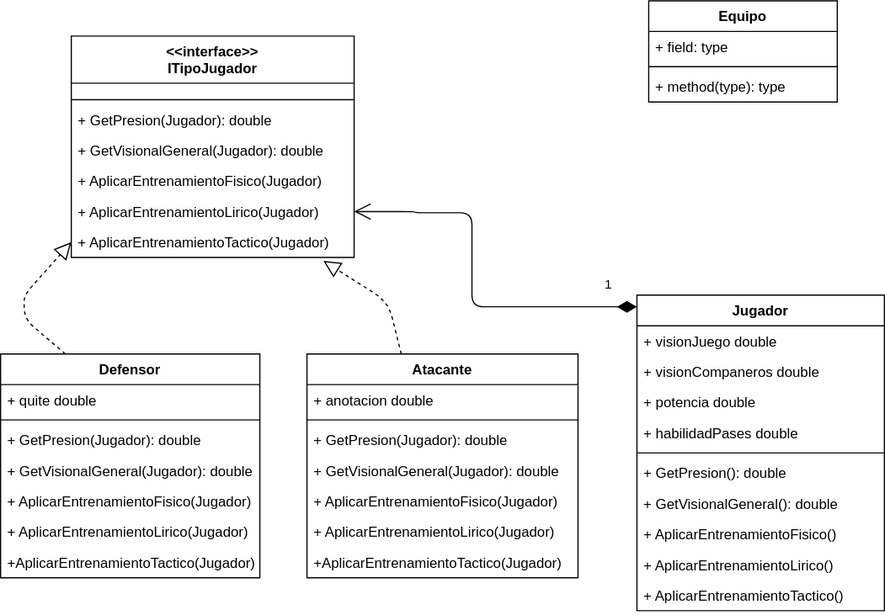
Earlier version of the draw.io export DiagramFut.drawio.svg (Katt4722/FutbolVirtual). Source tidied: cells renumbered, new cells last; positions are measured from the earlier drawing's top-left corner, leaving out a move shared by most shapes.
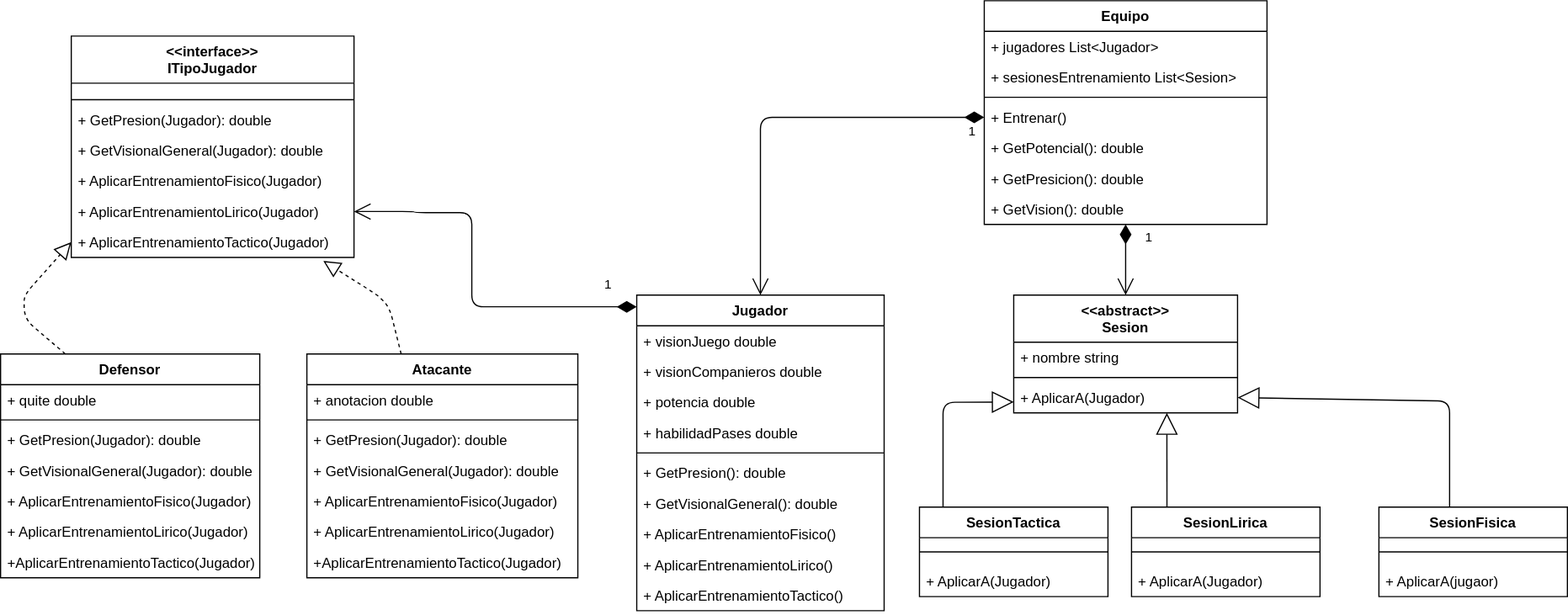
After the commit.

Diff of the diagram source:
```diff
@@ -8,9 +8,17 @@
     <mxCell id="3" value="+ visionJuego double" style="text;strokeColor=none;fillColor=none;align=left;verticalAlign=top;spacingLeft=4;spacingRight=4;overflow=hidden;whiteSpace=wrap;html=1;" parent="2" vertex="1">
       <mxGeometry y="26" width="210" height="26" as="geometry" />
     </mxCell>
-    <mxCell id="4" value="+ visionCompaneros double" style="text;strokeColor=none;fillColor=none;align=left;verticalAlign=top;spacingLeft=4;spacingRight=4;overflow=hidden;whiteSpace=wrap;html=1;" parent="2" vertex="1">
+    <mxCell id="4" value="+ visionCompanieros double" style="text;strokeColor=none;fillColor=none;align=left;verticalAlign=top;spacingLeft=4;spacingRight=4;overflow=hidden;whiteSpace=wrap;html=1;" parent="2" vertex="1">
       <mxGeometry y="52" width="210" height="26" as="geometry" />
     </mxCell>
+    <mxCell id="44" style="endArrow=block;endSize=16;endFill=0;html=1;exitX=0.125;exitY=0;exitDx=0;exitDy=0;exitPerimeter=0;" parent="2" edge="1" source="56">
+      <mxGeometry x="-0.88" y="-10" relative="1" as="geometry">
+        <mxPoint x="320" y="90.8" as="targetPoint" />
+        <Array as="points">
+          <mxPoint x="260" y="91" />
+        </Array>
+      </mxGeometry>
+    </mxCell>
     <mxCell id="5" value="+ potencia double" style="text;strokeColor=none;fillColor=none;align=left;verticalAlign=top;spacingLeft=4;spacingRight=4;overflow=hidden;whiteSpace=wrap;html=1;" parent="2" vertex="1">
       <mxGeometry y="78" width="210" height="26" as="geometry" />
     </mxCell>
@@ -136,16 +144,88 @@
       </mxGeometry>
     </mxCell>
     <mxCell id="40" value="Equipo" style="swimlane;fontStyle=1;align=center;verticalAlign=top;horizontal=1;startSize=26;whiteSpace=wrap;html=1;" parent="1" vertex="1">
-      <mxGeometry x="550" width="160" height="86" as="geometry" />
+      <mxGeometry x="835" width="240" height="190" as="geometry" />
     </mxCell>
-    <mxCell id="41" value="+ field: type" style="text;strokeColor=none;fillColor=none;align=left;verticalAlign=top;spacingLeft=4;spacingRight=4;overflow=hidden;whiteSpace=wrap;html=1;" parent="40" vertex="1">
-      <mxGeometry y="26" width="160" height="26" as="geometry" />
+    <mxCell id="41" value="+ jugadores List&amp;lt;Jugador&amp;gt;" style="text;strokeColor=none;fillColor=none;align=left;verticalAlign=top;spacingLeft=4;spacingRight=4;overflow=hidden;whiteSpace=wrap;html=1;" parent="40" vertex="1">
+      <mxGeometry y="26" width="240" height="26" as="geometry" />
     </mxCell>
+    <mxCell id="45" value="+ sesionesEntrenamiento List&amp;lt;Sesion&amp;gt;" style="text;strokeColor=none;fillColor=none;align=left;verticalAlign=top;spacingLeft=4;spacingRight=4;overflow=hidden;whiteSpace=wrap;html=1;" parent="40" vertex="1">
+      <mxGeometry y="52" width="240" height="26" as="geometry" />
+    </mxCell>
     <mxCell id="42" style="line;strokeWidth=1;fillColor=none;align=left;verticalAlign=middle;spacingTop=-1;spacingLeft=3;spacingRight=3;labelPosition=right;strokeColor=inherit;" parent="40" vertex="1">
-      <mxGeometry y="52" width="160" height="8" as="geometry" />
+      <mxGeometry y="78" width="240" height="8" as="geometry" />
     </mxCell>
-    <mxCell id="43" value="+ method(type): type" style="text;strokeColor=none;fillColor=none;align=left;verticalAlign=top;spacingLeft=4;spacingRight=4;overflow=hidden;points=[[0,0.5],[1,0.5]];portConstraint=eastwest;whiteSpace=wrap;html=1;" parent="40" vertex="1">
-      <mxGeometry y="60" width="160" height="26" as="geometry" />
+    <mxCell id="43" value="+ Entrenar()" style="text;strokeColor=none;fillColor=none;align=left;verticalAlign=top;spacingLeft=4;spacingRight=4;overflow=hidden;points=[[0,0.5],[1,0.5]];portConstraint=eastwest;whiteSpace=wrap;html=1;" parent="40" vertex="1">
+      <mxGeometry y="86" width="240" height="26" as="geometry" />
     </mxCell>
+    <mxCell id="46" value="+ GetPotencial(): double" style="text;strokeColor=none;fillColor=none;align=left;verticalAlign=top;spacingLeft=4;spacingRight=4;overflow=hidden;whiteSpace=wrap;html=1;" parent="40" vertex="1">
+      <mxGeometry y="112" width="240" height="26" as="geometry" />
+    </mxCell>
+    <mxCell id="47" value="+ GetPresicion(): double" style="text;strokeColor=none;fillColor=none;align=left;verticalAlign=top;spacingLeft=4;spacingRight=4;overflow=hidden;whiteSpace=wrap;html=1;" parent="40" vertex="1">
+      <mxGeometry y="138" width="240" height="26" as="geometry" />
+    </mxCell>
+    <mxCell id="48" value="+ GetVision(): double" style="text;strokeColor=none;fillColor=none;align=left;verticalAlign=top;spacingLeft=4;spacingRight=4;overflow=hidden;points=[[0,0.5],[1,0.5]];portConstraint=eastwest;whiteSpace=wrap;html=1;" parent="40" vertex="1">
+      <mxGeometry y="164" width="240" height="26" as="geometry" />
+    </mxCell>
+    <mxCell id="49" value="&amp;lt;&amp;lt;abstract&amp;gt;&amp;gt;&lt;div&gt;Sesion&lt;/div&gt;" style="swimlane;fontStyle=1;align=center;verticalAlign=top;horizontal=1;startSize=40;whiteSpace=wrap;html=1;" parent="1" vertex="1">
+      <mxGeometry x="860" y="250" width="190" height="100" as="geometry" />
+    </mxCell>
+    <mxCell id="50" value="+ nombre string" style="text;strokeColor=none;fillColor=none;align=left;verticalAlign=top;spacingLeft=4;spacingRight=4;overflow=hidden;whiteSpace=wrap;html=1;" parent="49" vertex="1">
+      <mxGeometry y="40" width="190" height="26" as="geometry" />
+    </mxCell>
+    <mxCell id="51" style="line;strokeWidth=1;fillColor=none;align=left;verticalAlign=middle;spacingTop=-1;spacingLeft=3;spacingRight=3;labelPosition=right;strokeColor=inherit;" parent="49" vertex="1">
+      <mxGeometry y="66" width="190" height="8" as="geometry" />
+    </mxCell>
+    <mxCell id="52" value="+ AplicarA(Jugador)" style="text;strokeColor=none;fillColor=none;align=left;verticalAlign=top;spacingLeft=4;spacingRight=4;overflow=hidden;points=[[0,0.5],[1,0.5]];portConstraint=eastwest;whiteSpace=wrap;html=1;" parent="49" vertex="1">
+      <mxGeometry y="74" width="190" height="26" as="geometry" />
+    </mxCell>
+    <mxCell id="53" value="SesionLirica" style="swimlane;fontStyle=1;align=center;verticalAlign=top;horizontal=1;startSize=26;whiteSpace=wrap;html=1;" parent="1" vertex="1">
+      <mxGeometry x="960" y="430" width="160" height="76" as="geometry" />
+    </mxCell>
+    <mxCell id="54" style="line;strokeWidth=1;fillColor=none;align=left;verticalAlign=middle;spacingTop=-1;spacingLeft=3;spacingRight=3;labelPosition=right;strokeColor=inherit;" parent="53" vertex="1">
+      <mxGeometry y="26" width="160" height="24" as="geometry" />
+    </mxCell>
+    <mxCell id="55" value="+ AplicarA(Jugador)" style="text;strokeColor=none;fillColor=none;align=left;verticalAlign=top;spacingLeft=4;spacingRight=4;overflow=hidden;whiteSpace=wrap;html=1;" parent="53" vertex="1">
+      <mxGeometry y="50" width="160" height="26" as="geometry" />
+    </mxCell>
+    <mxCell id="56" value="SesionTactica" style="swimlane;fontStyle=1;align=center;verticalAlign=top;horizontal=1;startSize=26;whiteSpace=wrap;html=1;" parent="1" vertex="1">
+      <mxGeometry x="780" y="430" width="160" height="76" as="geometry" />
+    </mxCell>
+    <mxCell id="57" style="line;strokeWidth=1;fillColor=none;align=left;verticalAlign=middle;spacingTop=-1;spacingLeft=3;spacingRight=3;labelPosition=right;strokeColor=inherit;" parent="56" vertex="1">
+      <mxGeometry y="26" width="160" height="24" as="geometry" />
+    </mxCell>
+    <mxCell id="58" value="+ AplicarA(Jugador)" style="text;strokeColor=none;fillColor=none;align=left;verticalAlign=top;spacingLeft=4;spacingRight=4;overflow=hidden;whiteSpace=wrap;html=1;" parent="56" vertex="1">
+      <mxGeometry y="50" width="160" height="26" as="geometry" />
+    </mxCell>
+    <mxCell id="59" value="SesionFisica" style="swimlane;fontStyle=1;align=center;verticalAlign=top;horizontal=1;startSize=26;whiteSpace=wrap;html=1;" parent="1" vertex="1">
+      <mxGeometry x="1170" y="430" width="160" height="76" as="geometry" />
+    </mxCell>
+    <mxCell id="60" style="line;strokeWidth=1;fillColor=none;align=left;verticalAlign=middle;spacingTop=-1;spacingLeft=3;spacingRight=3;labelPosition=right;strokeColor=inherit;" parent="59" vertex="1">
+      <mxGeometry y="26" width="160" height="24" as="geometry" />
+    </mxCell>
+    <mxCell id="61" value="+ AplicarA(jugaor)" style="text;strokeColor=none;fillColor=none;align=left;verticalAlign=top;spacingLeft=4;spacingRight=4;overflow=hidden;whiteSpace=wrap;html=1;" parent="59" vertex="1">
+      <mxGeometry y="50" width="160" height="26" as="geometry" />
+    </mxCell>
+    <mxCell id="62" value="1" style="endArrow=open;html=1;endSize=12;startArrow=diamondThin;startSize=14;startFill=1;edgeStyle=orthogonalEdgeStyle;align=left;verticalAlign=bottom;entryX=0.5;entryY=0;entryDx=0;entryDy=0;exitX=0;exitY=0.5;exitDx=0;exitDy=0;" parent="1" edge="1" source="43" target="2">
+      <mxGeometry x="-0.91" y="21" relative="1" as="geometry" />
+    </mxCell>
+    <mxCell id="63" value="1" style="endArrow=open;html=1;endSize=12;startArrow=diamondThin;startSize=14;startFill=1;edgeStyle=orthogonalEdgeStyle;align=left;verticalAlign=bottom;entryX=0.5;entryY=0;entryDx=0;entryDy=0;exitX=0.5;exitY=1;exitDx=0;exitDy=0;exitPerimeter=0;" parent="1" edge="1" source="48">
+      <mxGeometry x="-0.34" y="15" relative="1" as="geometry">
+        <mxPoint x="955" y="250" as="targetPoint" />
+      </mxGeometry>
+    </mxCell>
+    <mxCell id="64" style="endArrow=block;endSize=16;endFill=0;html=1;exitX=0.313;exitY=0;exitDx=0;exitDy=0;exitPerimeter=0;" parent="1" edge="1">
+      <mxGeometry relative="1" as="geometry">
+        <mxPoint x="990.1" y="430" as="sourcePoint" />
+        <mxPoint x="990" y="350" as="targetPoint" />
+      </mxGeometry>
+    </mxCell>
+    <mxCell id="65" style="endArrow=block;endSize=16;endFill=0;html=1;exitX=0.375;exitY=0;exitDx=0;exitDy=0;exitPerimeter=0;entryX=1;entryY=0.5;entryDx=0;entryDy=0;" parent="1" edge="1" source="59" target="52">
+      <mxGeometry relative="1" as="geometry">
+        <Array as="points">
+          <mxPoint x="1230" y="340" />
+        </Array>
+      </mxGeometry>
+    </mxCell>
   </root>
 </mxGraphModel>
```
